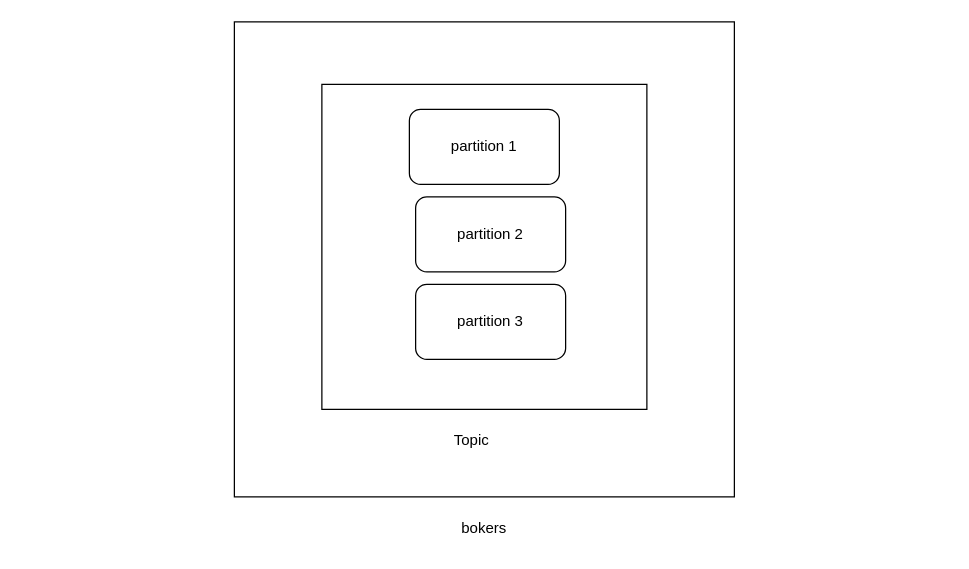
Above: page "Page-3" (3 of 3) of Untitled Diagram.drawio in hossamesaaa/test-rebase (draw.io), before the change. Source tidied: cells renumbered, new cells numbered last; positions are measured from the earlier drawing's top-left corner, leaving out a move shared by most shapes. Both pictures are drawn from the tidied source at 125%, with x=0, y=0 at pixel (234, 21).
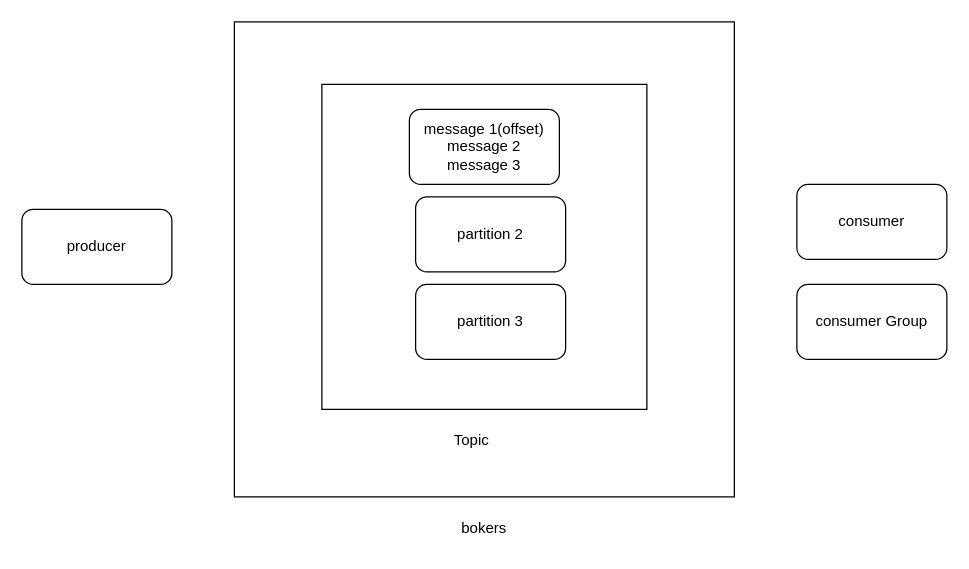
Above is the later version.

Diff of the diagram source:
```diff
@@
 <mxGraphModel>
   <root>
     <mxCell id="0" />
     <mxCell id="1" parent="0" />
     <mxCell id="2" style="rounded=0;whiteSpace=wrap;html=1;" parent="1" vertex="1">
       <mxGeometry width="400" height="380" as="geometry" />
     </mxCell>
     <mxCell id="3" style="whiteSpace=wrap;html=1;" parent="1" vertex="1">
       <mxGeometry x="70" y="50" width="260" height="260" as="geometry" />
     </mxCell>
-    <mxCell id="4" value="partition 1" style="rounded=1;whiteSpace=wrap;html=1;" parent="1" vertex="1">
+    <mxCell id="4" value="message 1(offset)&lt;br&gt;message 2&lt;br&gt;message 3" style="rounded=1;whiteSpace=wrap;html=1;" parent="1" vertex="1">
       <mxGeometry x="140" y="70" width="120" height="60" as="geometry" />
     </mxCell>
     <mxCell id="5" value="partition 2" style="rounded=1;whiteSpace=wrap;html=1;" parent="1" vertex="1">
       <mxGeometry x="145" y="140" width="120" height="60" as="geometry" />
     </mxCell>
     <mxCell id="6" value="partition 3" style="rounded=1;whiteSpace=wrap;html=1;" parent="1" vertex="1">
       <mxGeometry x="145" y="210" width="120" height="60" as="geometry" />
     </mxCell>
     <mxCell id="7" value="Topic" style="text;html=1;align=center;verticalAlign=middle;whiteSpace=wrap;rounded=0;" parent="1" vertex="1">
       <mxGeometry x="160" y="320" width="60" height="30" as="geometry" />
     </mxCell>
     <mxCell id="8" value="bokers" style="text;html=1;align=center;verticalAlign=middle;whiteSpace=wrap;rounded=0;" parent="1" vertex="1">
       <mxGeometry x="170" y="390" width="60" height="30" as="geometry" />
     </mxCell>
+    <mxCell id="9" value="producer" style="rounded=1;whiteSpace=wrap;html=1;" parent="1" vertex="1">
+      <mxGeometry x="-170" y="150" width="120" height="60" as="geometry" />
+    </mxCell>
+    <mxCell id="10" value="consumer Group" style="rounded=1;whiteSpace=wrap;html=1;" parent="1" vertex="1">
+      <mxGeometry x="450" y="210" width="120" height="60" as="geometry" />
+    </mxCell>
+    <mxCell id="11" value="consumer" style="rounded=1;whiteSpace=wrap;html=1;" parent="1" vertex="1">
+      <mxGeometry x="450" y="130" width="120" height="60" as="geometry" />
+    </mxCell>
   </root>
 </mxGraphModel>
```
